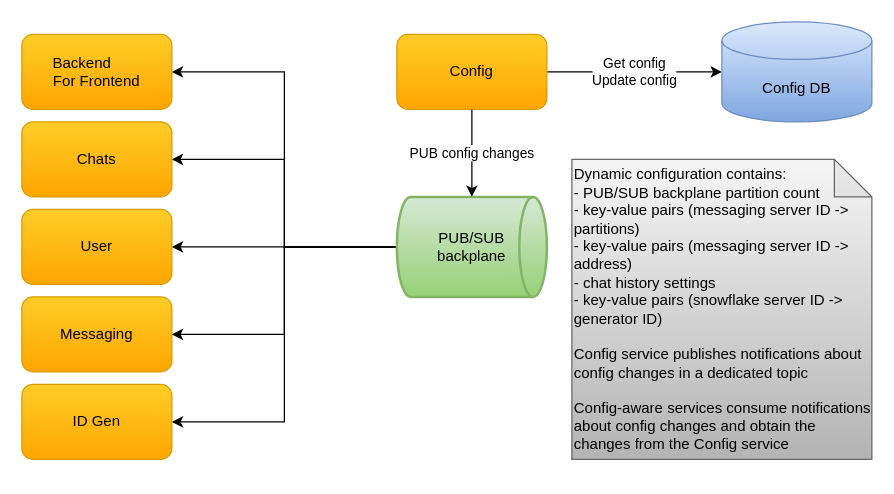
Earlier version of the draw.io diagram docs/diagrams/cecochat-configuration.drawio (cvetomir-todorov/CecoChat). Source tidied: cells renumbered, new cells numbered last; positions are measured from the earlier drawing's top-left corner, leaving out a move shared by most shapes. Both pictures are drawn from the tidied source at 125%, with x=0, y=0 at pixel (21, 21).
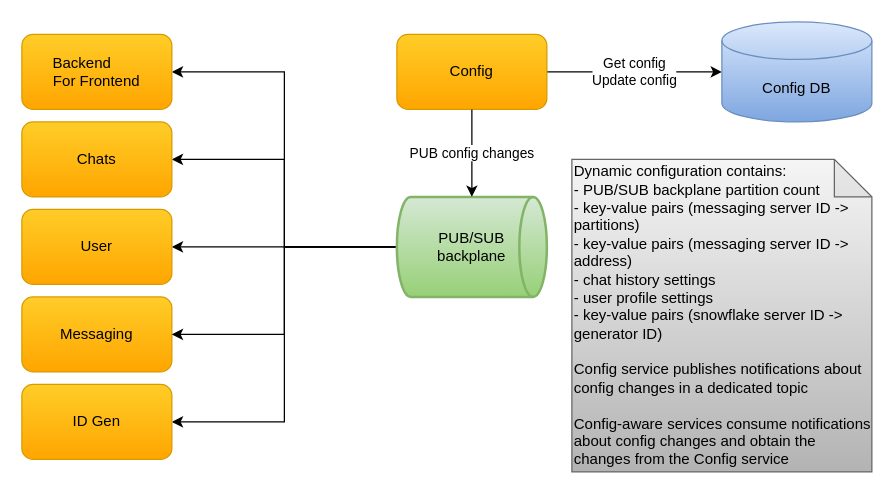
After the change.

What changed in the source:
```diff
@@
 <mxGraphModel>
   <root>
     <mxCell id="0" />
     <mxCell id="1" parent="0" />
-    <mxCell id="2" value="Dynamic configuration contains:&lt;br&gt;- PUB/SUB backplane partition count&lt;br&gt;- key-value pairs&amp;nbsp;(messaging server ID -&amp;gt; partitions)&lt;br&gt;- key-value pairs&amp;nbsp;(messaging&amp;nbsp;server ID -&amp;gt; address)&lt;br&gt;- chat history settings&lt;br&gt;- key-value pairs (snowflake server ID -&amp;gt; generator ID)&lt;br&gt;&lt;br&gt;Config service publishes notifications about config changes in a dedicated topic&lt;br&gt;&lt;br&gt;Config-aware services consume notifications about config changes and obtain the changes from the Config service" style="shape=note;whiteSpace=wrap;html=1;backgroundOutline=1;darkOpacity=0.05;align=left;gradientColor=#b3b3b3;fillColor=#f5f5f5;strokeColor=#666666;" parent="1" vertex="1">
-      <mxGeometry x="440" y="110" width="240" height="240" as="geometry" />
+    <mxCell id="2" value="Dynamic configuration contains:&lt;br&gt;- PUB/SUB backplane partition count&lt;br&gt;- key-value pairs&amp;nbsp;(messaging server ID -&amp;gt; partitions)&lt;br&gt;- key-value pairs&amp;nbsp;(messaging&amp;nbsp;server ID -&amp;gt; address)&lt;br&gt;- chat history settings&lt;br&gt;- user profile settings&lt;br&gt;- key-value pairs (snowflake server ID -&amp;gt; generator ID)&lt;br&gt;&lt;br&gt;Config service publishes notifications about config changes in a dedicated topic&lt;br&gt;&lt;br&gt;Config-aware services consume notifications about config changes and obtain the changes from the Config service" style="shape=note;whiteSpace=wrap;html=1;backgroundOutline=1;darkOpacity=0.05;align=left;gradientColor=#b3b3b3;fillColor=#f5f5f5;strokeColor=#666666;" parent="1" vertex="1">
+      <mxGeometry x="440" y="110" width="240" height="250" as="geometry" />
     </mxCell>
     <mxCell id="3" value="&lt;font style=&quot;font-size: 12px&quot;&gt;Messaging&lt;/font&gt;" style="rounded=1;whiteSpace=wrap;html=1;gradientColor=#ffa500;fillColor=#ffcd28;strokeColor=#d79b00;" parent="1" vertex="1">
       <mxGeometry y="220" width="120" height="60" as="geometry" />
     </mxCell>
     <mxCell id="4" style="edgeStyle=orthogonalEdgeStyle;rounded=0;jettySize=auto;html=1;entryX=1;entryY=0.5;entryDx=0;entryDy=0;" parent="1" edge="1" source="9" target="14">
       <mxGeometry relative="1" as="geometry" />
     </mxCell>
     <mxCell id="5" style="edgeStyle=orthogonalEdgeStyle;rounded=0;jettySize=auto;html=1;entryX=1;entryY=0.5;entryDx=0;entryDy=0;" parent="1" edge="1" source="9" target="13">
       <mxGeometry relative="1" as="geometry" />
     </mxCell>
     <mxCell id="6" style="edgeStyle=orthogonalEdgeStyle;rounded=0;jettySize=auto;html=1;entryX=1;entryY=0.5;entryDx=0;entryDy=0;" parent="1" edge="1" source="9" target="15">
       <mxGeometry x="-0.41" relative="1" as="geometry" />
     </mxCell>
     <mxCell id="7" style="edgeStyle=orthogonalEdgeStyle;rounded=0;jettySize=auto;html=1;entryX=1;entryY=0.5;entryDx=0;entryDy=0;" parent="1" edge="1" source="9" target="3">
       <mxGeometry relative="1" as="geometry" />
     </mxCell>
     <mxCell id="8" style="edgeStyle=orthogonalEdgeStyle;rounded=0;jettySize=auto;html=1;entryX=1;entryY=0.5;entryDx=0;entryDy=0;" parent="1" edge="1" source="9" target="16">
       <mxGeometry relative="1" as="geometry" />
     </mxCell>
     <mxCell id="9" value="PUB/SUB&lt;br&gt;backplane" style="strokeWidth=2;html=1;shape=mxgraph.flowchart.direct_data;whiteSpace=wrap;gradientColor=#97d077;fillColor=#d5e8d4;strokeColor=#82b366;" parent="1" vertex="1">
       <mxGeometry x="300" y="140" width="120" height="80" as="geometry" />
     </mxCell>
     <mxCell id="10" value="Get config&lt;br style=&quot;border-color: var(--border-color);&quot;&gt;Update config" style="edgeStyle=orthogonalEdgeStyle;rounded=0;jettySize=auto;html=1;entryX=0;entryY=0.5;entryDx=0;entryDy=0;entryPerimeter=0;exitX=1;exitY=0.5;exitDx=0;exitDy=0;" parent="1" edge="1" source="11" target="12">
       <mxGeometry relative="1" as="geometry" />
     </mxCell>
     <mxCell id="11" value="Config" style="rounded=1;whiteSpace=wrap;html=1;gradientColor=#ffa500;fillColor=#ffcd28;strokeColor=#d79b00;" parent="1" vertex="1">
       <mxGeometry x="300" y="10" width="120" height="60" as="geometry" />
     </mxCell>
     <mxCell id="12" value="Config DB" style="shape=cylinder3;whiteSpace=wrap;html=1;boundedLbl=1;backgroundOutline=1;size=15;gradientColor=#7ea6e0;fillColor=#dae8fc;strokeColor=#6c8ebf;" parent="1" vertex="1">
       <mxGeometry x="560" width="120" height="80" as="geometry" />
     </mxCell>
     <mxCell id="13" value="&lt;font style=&quot;font-size: 12px&quot;&gt;Chats&lt;/font&gt;" style="rounded=1;whiteSpace=wrap;html=1;gradientColor=#ffa500;fillColor=#ffcd28;strokeColor=#d79b00;" parent="1" vertex="1">
       <mxGeometry y="80" width="120" height="60" as="geometry" />
     </mxCell>
     <mxCell id="14" value="&lt;font style=&quot;font-size: 12px&quot;&gt;Backend&amp;nbsp; &amp;nbsp; &amp;nbsp; &amp;nbsp;&lt;br&gt;For Frontend&lt;/font&gt;" style="rounded=1;whiteSpace=wrap;html=1;gradientColor=#ffa500;fillColor=#ffcd28;strokeColor=#d79b00;" parent="1" vertex="1">
       <mxGeometry y="10" width="120" height="60" as="geometry" />
     </mxCell>
     <mxCell id="15" value="&lt;font style=&quot;font-size: 12px&quot;&gt;User&lt;/font&gt;" style="rounded=1;whiteSpace=wrap;html=1;gradientColor=#ffa500;fillColor=#ffcd28;strokeColor=#d79b00;" parent="1" vertex="1">
       <mxGeometry y="150" width="120" height="60" as="geometry" />
     </mxCell>
     <mxCell id="16" value="&lt;font style=&quot;font-size: 12px&quot;&gt;ID Gen&lt;/font&gt;" style="rounded=1;whiteSpace=wrap;html=1;gradientColor=#ffa500;fillColor=#ffcd28;strokeColor=#d79b00;" parent="1" vertex="1">
       <mxGeometry y="290" width="120" height="60" as="geometry" />
     </mxCell>
     <mxCell id="17" value="PUB config changes" style="edgeStyle=orthogonalEdgeStyle;rounded=0;jettySize=auto;html=1;entryX=0.5;entryY=0;entryDx=0;entryDy=0;entryPerimeter=0;" parent="1" edge="1" source="11" target="9">
       <mxGeometry relative="1" as="geometry" />
     </mxCell>
   </root>
 </mxGraphModel>
```
